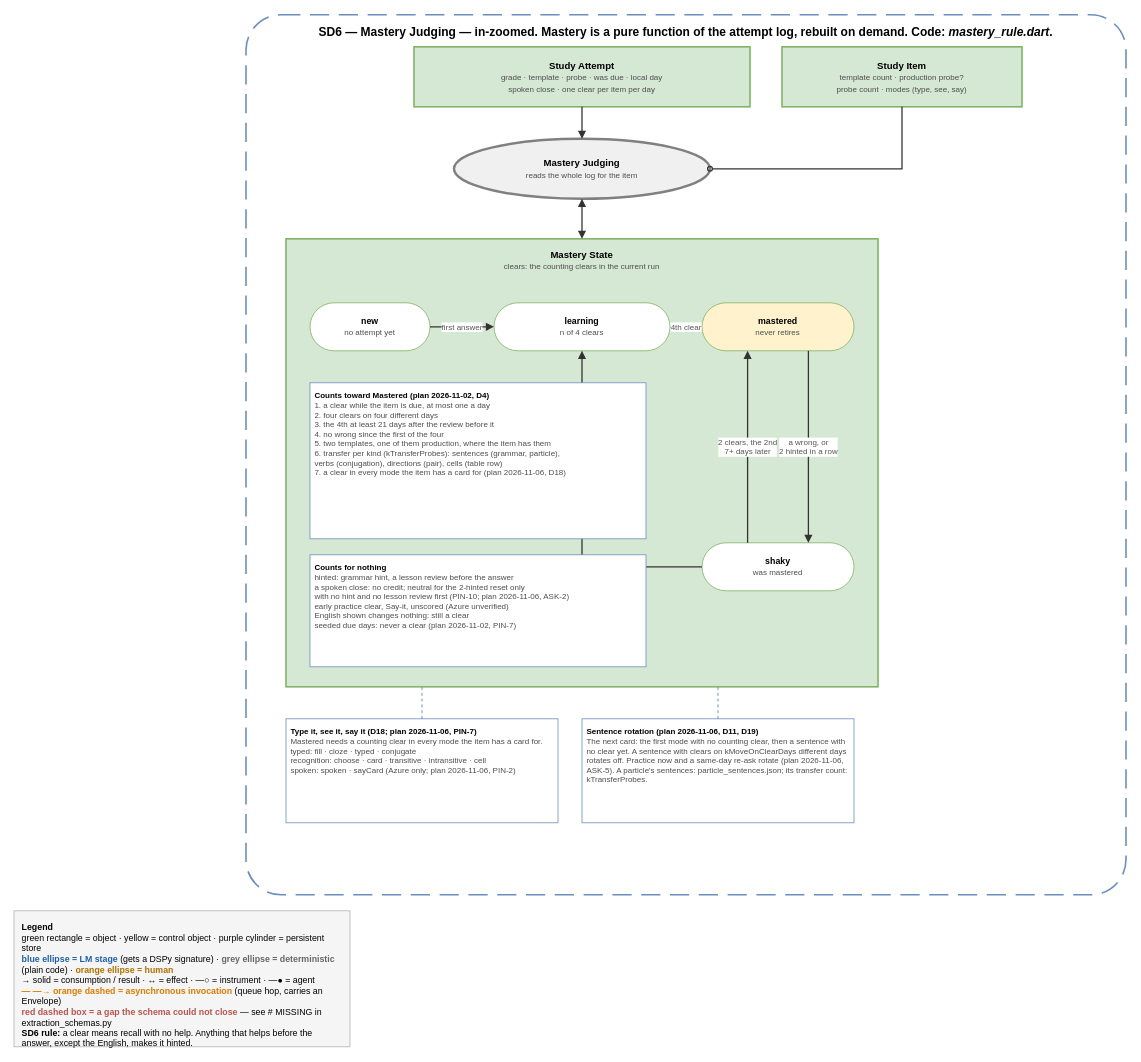
This is page "SD6 — Mastery Judging" (7 of 7) of docs/opm-lesson-extraction.drawio from Mark-lichman/HabitCrafts, a draw.io file, before an edit. Source tidied: cells renumbered, new cells numbered last; positions are measured from the earlier drawing's top-left corner, leaving out a move shared by most shapes. Both pictures are drawn from the tidied source at 80%, with x=0, y=0 at pixel (14, 14).
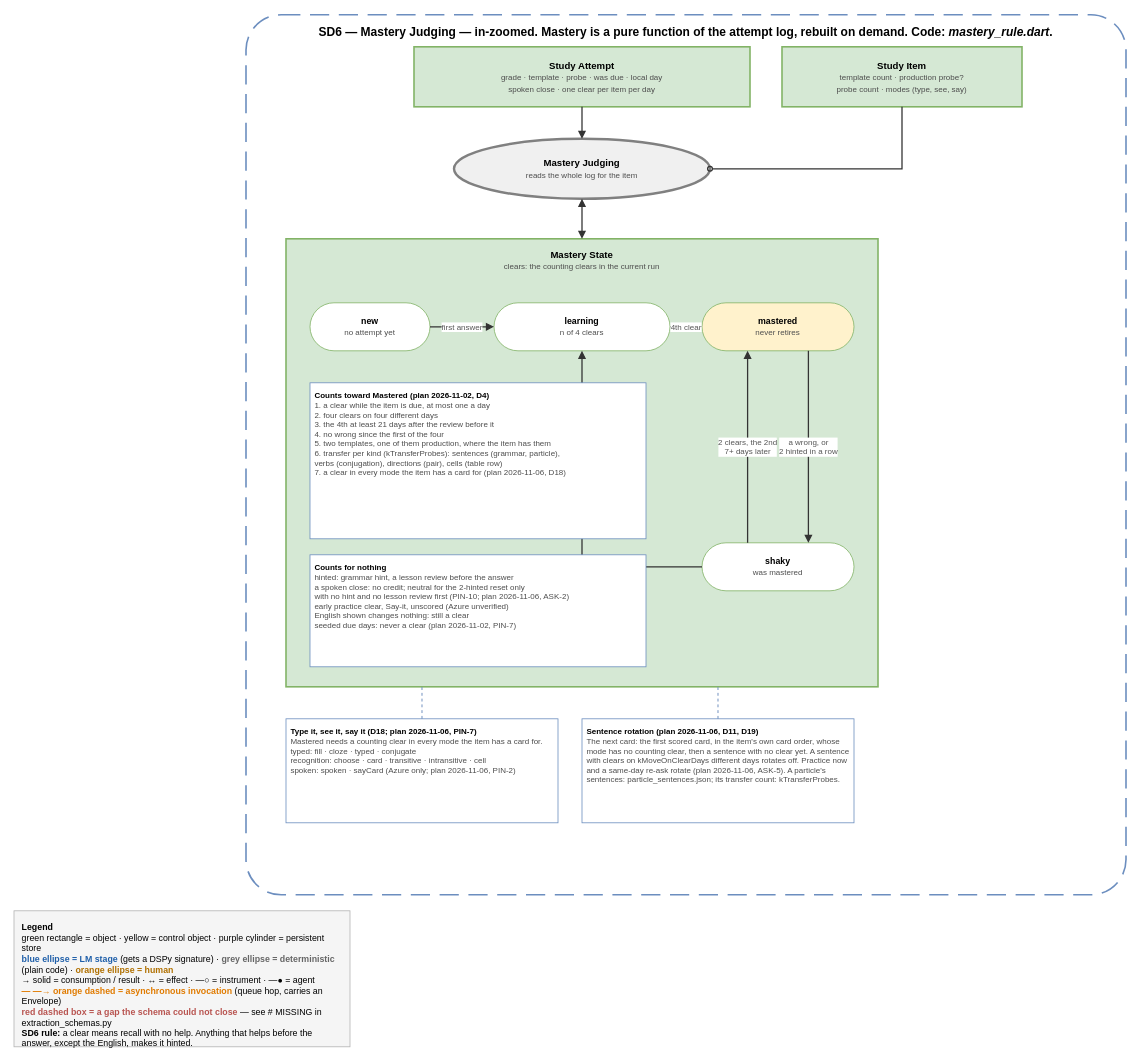
Above is the later version.

Commit message (it also covers changes not shown here):
polish(jp): phase 7 coherence sweep, guard the builder's rotate and drafted row, date SD4 G9

The edit, as a diff of the source:
```diff
@@
-    <mxCell id="19" value="&lt;b&gt;Sentence rotation (plan 2026-11-06, D11, D19)&lt;/b&gt;&lt;br&gt;&lt;font style=&quot;font-size:10px;color:#4d4d4d&quot;&gt;The next card: the first mode with no counting clear, then a sentence with no clear yet. A sentence with clears on kMoveOnClearDays different days rotates off. Practice now and a same-day re-ask rotate (plan 2026-11-06, ASK-5). A particle&amp;#39;s sentences: particle_sentences.json; its transfer count: kTransferProbes.&lt;/font&gt;" style="rounded=0;whiteSpace=wrap;html=1;fillColor=#ffffff;strokeColor=#6c8ebf;strokeWidth=1;fontSize=10;align=left;verticalAlign=top;spacing=6;" parent="1" vertex="1">
+    <mxCell id="19" value="&lt;b&gt;Sentence rotation (plan 2026-11-06, D11, D19)&lt;/b&gt;&lt;br&gt;&lt;font style=&quot;font-size:10px;color:#4d4d4d&quot;&gt;The next card: the first scored card, in the item&amp;#39;s own card order, whose mode has no counting clear, then a sentence with no clear yet. A sentence with clears on kMoveOnClearDays different days rotates off. Practice now and a same-day re-ask rotate (plan 2026-11-06, ASK-5). A particle&amp;#39;s sentences: particle_sentences.json; its transfer count: kTransferProbes.&lt;/font&gt;" style="rounded=0;whiteSpace=wrap;html=1;fillColor=#ffffff;strokeColor=#6c8ebf;strokeWidth=1;fontSize=10;align=left;verticalAlign=top;spacing=6;" parent="1" vertex="1">
       <mxGeometry x="710" y="880" width="340" height="130" as="geometry" />
     </mxCell>
```
